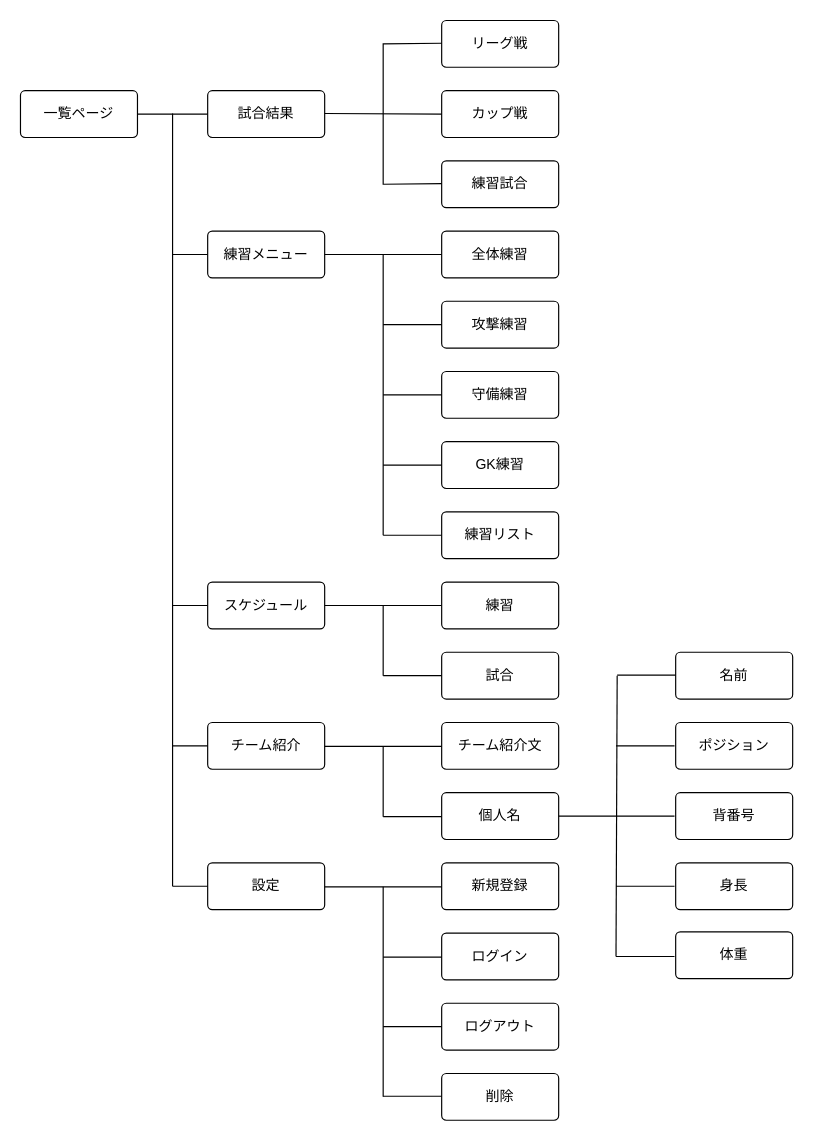
Above: test-2.dio in 120-seto/teammg (draw.io), before the change. Source tidied: cells renumbered, new cells numbered last; positions are measured from the earlier drawing's top-left corner, leaving out a move shared by most shapes. Both pictures are drawn from the tidied source at 117%, with x=0, y=0 at pixel (20, 20).
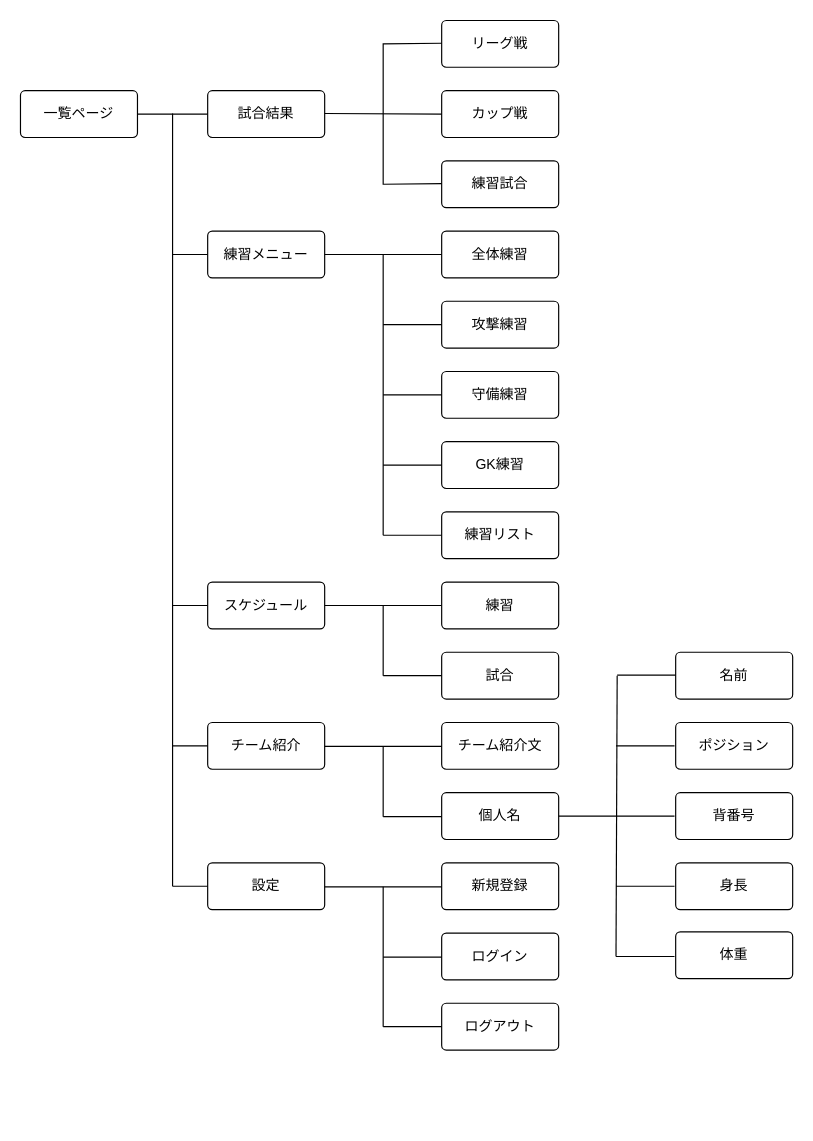
The same diagram, later.

What changed in the source:
```diff
@@
-    <mxCell id="20" value="削除" style="rounded=1;arcSize=10;whiteSpace=wrap;html=1;align=center;" parent="1" vertex="1">
-      <mxGeometry x="360" y="900" width="100" height="40" as="geometry" />
-    </mxCell>
@@
     <mxCell id="51" style="endArrow=none;html=1;rounded=0;" parent="1" edge="1">
       <mxGeometry relative="1" as="geometry">
         <mxPoint x="310" y="740.5" as="sourcePoint" />
-        <mxPoint x="310" y="920" as="targetPoint" />
+        <mxPoint x="310" y="860" as="targetPoint" />
       </mxGeometry>
     </mxCell>
@@
-    <mxCell id="54" style="endArrow=none;html=1;rounded=0;entryX=0;entryY=0.5;entryDx=0;entryDy=0;" parent="1" edge="1">
-      <mxGeometry relative="1" as="geometry">
-        <mxPoint x="310" y="919.5" as="sourcePoint" />
-        <mxPoint x="360" y="919.5" as="targetPoint" />
-      </mxGeometry>
-    </mxCell>
```
